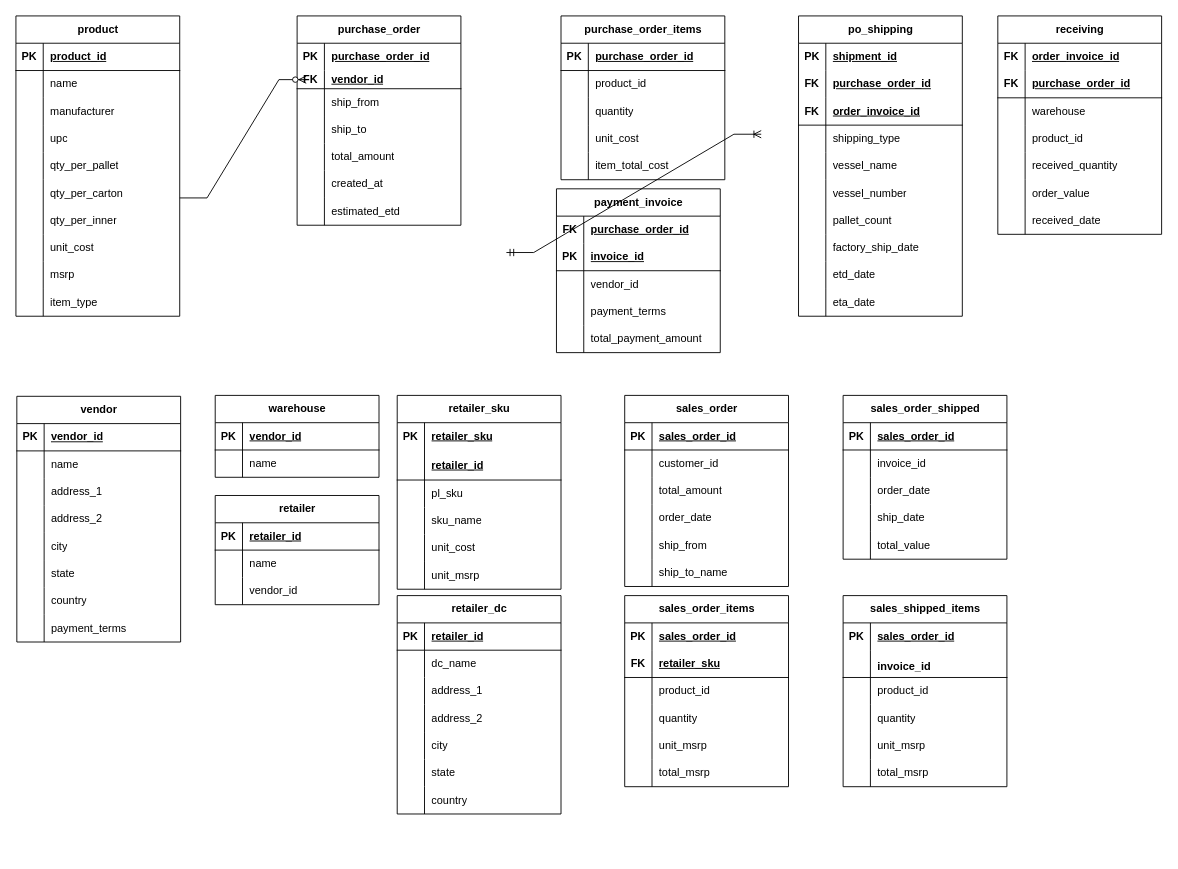
Above: Database.drawio in seunghoonkim1/Database (draw.io), before the change. Source tidied: cells renumbered, new cells numbered last; positions are measured from the earlier drawing's top-left corner, leaving out a move shared by most shapes. Both pictures are drawn from the tidied source at 91%, with x=0, y=0 at pixel (-104, 15).
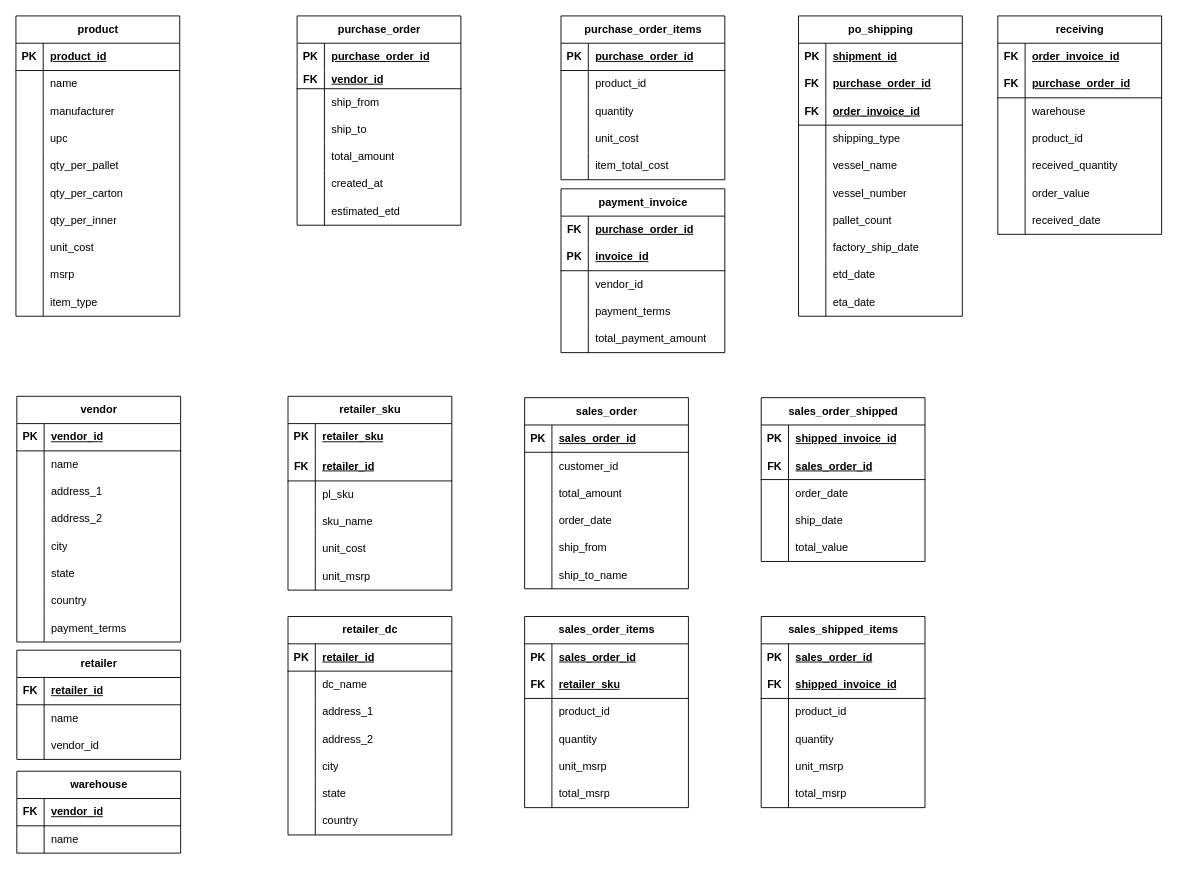
The same page after the edit.

The change refers to these unchanged cells:
```xml
<mxCell id="81" style="shape=tableRow;horizontal=0;startSize=0;swimlaneHead=0;swimlaneBody=0;fillColor=none;top=0;left=0;right=0;bottom=1;" parent="80" vertex="1">
  <mxGeometry y="30" width="180" height="30" as="geometry" />
</mxCell>
<mxCell id="88" style="shape=tableRow;horizontal=0;startSize=0;swimlaneHead=0;swimlaneBody=0;fillColor=none;top=0;left=0;right=0;bottom=1;" parent="87" vertex="1">
  <mxGeometry y="30" width="180" height="30" as="geometry" />
</mxCell>
<mxCell id="101" style="shape=tableRow;horizontal=0;startSize=0;swimlaneHead=0;swimlaneBody=0;fillColor=none;top=0;left=0;right=0;bottom=1;" parent="97" vertex="1">
  <mxGeometry y="60" width="180" height="33" as="geometry" />
</mxCell>
<mxCell id="281" style="shape=tableRow;horizontal=0;startSize=0;swimlaneHead=0;swimlaneBody=0;fillColor=none;top=0;left=0;right=0;bottom=1;" parent="277" vertex="1">
  <mxGeometry y="60" width="180" height="30" as="geometry" />
</mxCell>
```

What changed in the source:
```diff
@@
     <mxCell id="80" value="warehouse" style="shape=table;startSize=30;childLayout=tableLayout;rowLines=0;fontStyle=1;align=center;html=1;" parent="1" vertex="1">
-      <mxGeometry x="350" y="417" width="180" height="90" as="geometry" />
+      <mxGeometry x="132" y="830" width="180" height="90" as="geometry" />
     </mxCell>
@@
-    <mxCell id="82" value="PK" style="shape=partialRectangle;fillColor=none;top=0;left=0;bottom=0;right=0;fontStyle=1;overflow=hidden;whiteSpace=wrap;html=1;" parent="81" vertex="1">
+    <mxCell id="82" value="FK" style="shape=partialRectangle;fillColor=none;top=0;left=0;bottom=0;right=0;fontStyle=1;overflow=hidden;whiteSpace=wrap;html=1;" parent="81" vertex="1">
       <mxGeometry width="30" height="30" as="geometry" />
     </mxCell>
@@
     <mxCell id="87" value="retailer" style="shape=table;startSize=30;childLayout=tableLayout;rowLines=0;fontStyle=1;align=center;html=1;" parent="1" vertex="1">
-      <mxGeometry x="350" y="527" width="180" height="120" as="geometry" />
+      <mxGeometry x="132" y="697" width="180" height="120" as="geometry" />
     </mxCell>
@@
-    <mxCell id="89" value="PK" style="shape=partialRectangle;fillColor=none;top=0;left=0;bottom=0;right=0;fontStyle=1;overflow=hidden;whiteSpace=wrap;html=1;" parent="88" vertex="1">
+    <mxCell id="89" value="FK" style="shape=partialRectangle;fillColor=none;top=0;left=0;bottom=0;right=0;fontStyle=1;overflow=hidden;whiteSpace=wrap;html=1;" parent="88" vertex="1">
       <mxGeometry width="30" height="30" as="geometry" />
     </mxCell>
@@
     <mxCell id="97" value="retailer_sku" style="shape=table;startSize=30;childLayout=tableLayout;rowLines=0;fontStyle=1;align=center;html=1;" parent="1" vertex="1">
-      <mxGeometry x="550" y="417" width="180" height="213" as="geometry" />
+      <mxGeometry x="430" y="418" width="180" height="213" as="geometry" />
     </mxCell>
@@
-    <mxCell id="102" style="shape=partialRectangle;fillColor=none;top=0;left=0;bottom=0;right=0;fontStyle=0;overflow=hidden;whiteSpace=wrap;html=1;" parent="101" vertex="1">
+    <mxCell id="102" value="&lt;b&gt;FK&lt;/b&gt;" style="shape=partialRectangle;fillColor=none;top=0;left=0;bottom=0;right=0;fontStyle=0;overflow=hidden;whiteSpace=wrap;html=1;" parent="101" vertex="1">
       <mxGeometry width="30" height="33" as="geometry" />
     </mxCell>
@@
     <mxCell id="116" value="retailer_dc" style="shape=table;startSize=30;childLayout=tableLayout;rowLines=0;fontStyle=1;align=center;html=1;" parent="1" vertex="1">
-      <mxGeometry x="550" y="637" width="180" height="240" as="geometry" />
+      <mxGeometry x="430" y="660" width="180" height="240" as="geometry" />
     </mxCell>
@@
     <mxCell id="154" value="payment_invoice" style="shape=table;startSize=30;childLayout=tableLayout;rowLines=0;fontStyle=1;align=center;html=1;" parent="1" vertex="1">
-      <mxGeometry x="725" y="190" width="180" height="180" as="geometry" />
+      <mxGeometry x="730" y="190" width="180" height="180" as="geometry" />
     </mxCell>
@@
     <mxCell id="223" value="sales_order" style="shape=table;startSize=30;childLayout=tableLayout;rowLines=0;fontStyle=1;align=center;html=1;" parent="1" vertex="1">
-      <mxGeometry x="800" y="417" width="180" height="210" as="geometry" />
+      <mxGeometry x="690" y="419.5" width="180" height="210" as="geometry" />
     </mxCell>
@@
     <mxCell id="242" value="sales_order_items" style="shape=table;startSize=30;childLayout=tableLayout;rowLines=0;fontStyle=1;align=center;html=1;" parent="1" vertex="1">
-      <mxGeometry x="800" y="637" width="180" height="210" as="geometry" />
+      <mxGeometry x="690" y="660" width="180" height="210" as="geometry" />
     </mxCell>
@@
     <mxCell id="261" value="sales_order_shipped" style="shape=table;startSize=30;childLayout=tableLayout;rowLines=0;fontStyle=1;align=center;html=1;" parent="1" vertex="1">
-      <mxGeometry x="1040" y="417" width="180" height="180" as="geometry" />
+      <mxGeometry x="950" y="419.5" width="180" height="180" as="geometry" />
     </mxCell>
-    <mxCell id="262" style="shape=tableRow;horizontal=0;startSize=0;swimlaneHead=0;swimlaneBody=0;fillColor=none;top=0;left=0;right=0;bottom=1;" parent="261" vertex="1">
-      <mxGeometry y="30" width="180" height="30" as="geometry" />
-    </mxCell>
-    <mxCell id="263" value="PK" style="shape=partialRectangle;fillColor=none;top=0;left=0;bottom=0;right=0;fontStyle=1;overflow=hidden;whiteSpace=wrap;html=1;" parent="262" vertex="1">
-      <mxGeometry width="30" height="30" as="geometry" />
-    </mxCell>
-    <mxCell id="264" value="sales_order_id" style="shape=partialRectangle;fillColor=none;top=0;left=0;bottom=0;right=0;align=left;spacingLeft=6;fontStyle=5;overflow=hidden;whiteSpace=wrap;html=1;" parent="262" vertex="1">
-      <mxGeometry x="30" width="150" height="30" as="geometry" />
-    </mxCell>
     <mxCell id="265" style="shape=tableRow;horizontal=0;startSize=0;swimlaneHead=0;swimlaneBody=0;fillColor=none;top=0;left=0;right=0;bottom=0;" parent="261" vertex="1">
-      <mxGeometry y="60" width="180" height="30" as="geometry" />
+      <mxGeometry y="30" width="180" height="30" as="geometry" />
     </mxCell>
-    <mxCell id="266" style="shape=partialRectangle;fillColor=none;top=0;left=0;bottom=0;right=0;overflow=hidden;whiteSpace=wrap;html=1;" parent="265" vertex="1">
+    <mxCell id="266" value="PK" style="shape=partialRectangle;fillColor=none;top=0;left=0;bottom=0;right=0;overflow=hidden;whiteSpace=wrap;html=1;fontStyle=1;" parent="265" vertex="1">
       <mxGeometry width="30" height="30" as="geometry" />
     </mxCell>
-    <mxCell id="267" value="invoice_id" style="shape=partialRectangle;fillColor=none;top=0;left=0;bottom=0;right=0;align=left;spacingLeft=6;overflow=hidden;whiteSpace=wrap;html=1;" parent="265" vertex="1">
+    <mxCell id="267" value="shipped_invoice_id" style="shape=partialRectangle;fillColor=none;top=0;left=0;bottom=0;right=0;align=left;spacingLeft=6;overflow=hidden;whiteSpace=wrap;html=1;fontStyle=5;" parent="265" vertex="1">
       <mxGeometry x="30" width="150" height="30" as="geometry" />
     </mxCell>
+    <mxCell id="300" style="shape=tableRow;horizontal=0;startSize=0;swimlaneHead=0;swimlaneBody=0;fillColor=none;top=0;left=0;right=0;bottom=1;" parent="261" vertex="1">
+      <mxGeometry y="60" width="180" height="30" as="geometry" />
+    </mxCell>
+    <mxCell id="301" value="FK" style="shape=partialRectangle;fillColor=none;top=0;left=0;bottom=0;right=0;fontStyle=1;overflow=hidden;whiteSpace=wrap;html=1;strokeWidth=0;strokeColor=inherit;" parent="300" vertex="1">
+      <mxGeometry width="30" height="30" as="geometry" />
+    </mxCell>
+    <mxCell id="264" value="sales_order_id" style="shape=partialRectangle;fillColor=none;top=0;left=0;bottom=0;right=0;align=left;spacingLeft=6;fontStyle=5;overflow=hidden;whiteSpace=wrap;html=1;strokeWidth=0;strokeColor=inherit;" parent="300" vertex="1">
+      <mxGeometry x="30" width="150" height="30" as="geometry" />
+    </mxCell>
@@
     <mxCell id="277" value="sales_shipped_items" style="shape=table;startSize=30;childLayout=tableLayout;rowLines=0;fontStyle=1;align=center;html=1;" parent="1" vertex="1">
-      <mxGeometry x="1040" y="637" width="180" height="210" as="geometry" />
+      <mxGeometry x="950" y="660" width="180" height="210" as="geometry" />
     </mxCell>
@@
-    <mxCell id="282" style="shape=partialRectangle;fillColor=none;top=0;left=0;bottom=0;right=0;fontStyle=1;overflow=hidden;whiteSpace=wrap;html=1;" parent="281" vertex="1">
+    <mxCell id="282" value="FK" style="shape=partialRectangle;fillColor=none;top=0;left=0;bottom=0;right=0;fontStyle=1;overflow=hidden;whiteSpace=wrap;html=1;" parent="281" vertex="1">
       <mxGeometry width="30" height="30" as="geometry" />
     </mxCell>
-    <mxCell id="283" style="shape=partialRectangle;fillColor=none;top=0;left=0;bottom=0;right=0;align=left;spacingLeft=6;fontStyle=5;overflow=hidden;whiteSpace=wrap;html=1;" parent="281" vertex="1">
+    <mxCell id="283" value="shipped_invoice_id" style="shape=partialRectangle;fillColor=none;top=0;left=0;bottom=0;right=0;align=left;spacingLeft=6;fontStyle=5;overflow=hidden;whiteSpace=wrap;html=1;" parent="281" vertex="1">
       <mxGeometry x="30" width="150" height="30" as="geometry" />
     </mxCell>
@@
-    <mxCell id="296" style="shape=partialRectangle;fillColor=none;top=0;left=0;bottom=0;right=0;overflow=hidden;whiteSpace=wrap;html=1;" parent="1" vertex="1">
-      <mxGeometry x="1040" y="700" width="30" height="30" as="geometry" />
-    </mxCell>
-    <mxCell id="297" value="invoice_id" style="shape=partialRectangle;fillColor=none;top=0;left=0;bottom=0;right=0;align=left;spacingLeft=6;overflow=hidden;whiteSpace=wrap;html=1;fontStyle=1;" parent="1" vertex="1">
-      <mxGeometry x="1070" y="700" width="150" height="30" as="geometry" />
-    </mxCell>
-    <mxCell id="298" style="edgeStyle=entityRelationEdgeStyle;fontSize=12;html=1;endArrow=ERzeroToMany;endFill=1;rounded=0;" parent="1" edge="1">
-      <mxGeometry relative="1" as="geometry">
-        <mxPoint x="311" y="200" as="sourcePoint" />
-        <mxPoint x="450" y="70" as="targetPoint" />
-        <Array as="points">
-          <mxPoint y="30" />
-        </Array>
-      </mxGeometry>
-    </mxCell>
-    <mxCell id="299" style="edgeStyle=entityRelationEdgeStyle;fontSize=12;html=1;endArrow=ERoneToMany;startArrow=ERmandOne;rounded=0;" parent="1" edge="1">
-      <mxGeometry relative="1" as="geometry">
-        <mxPoint x="670" y="260" as="sourcePoint" />
-        <mxPoint x="950" y="130" as="targetPoint" />
-      </mxGeometry>
-    </mxCell>
```
